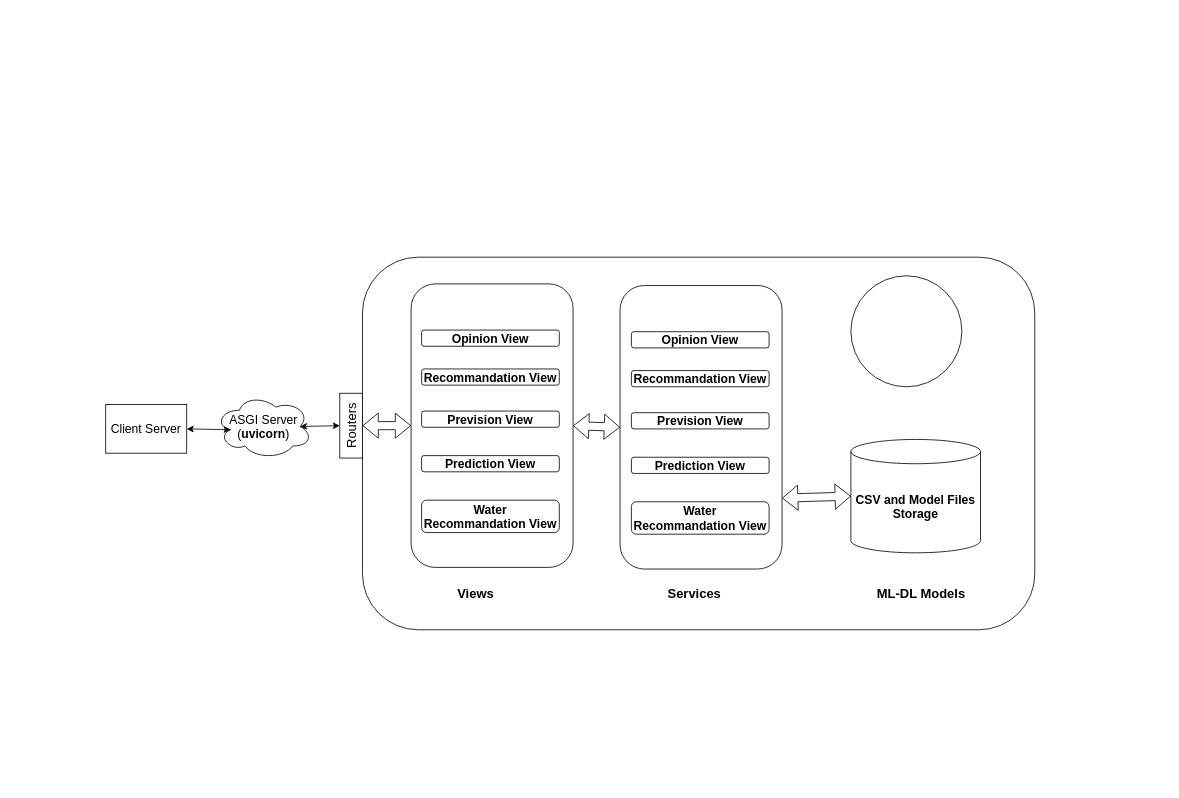
This is Diagramme sans nom.drawio from CabrelFeukeng/pp, a draw.io file, before an edit. Source tidied: cells renumbered, new cells numbered last; positions are measured from the earlier drawing's top-left corner, leaving out a move shared by most shapes. Both pictures are drawn from the tidied source at 81%, with x=0, y=0 at pixel (105, 257).
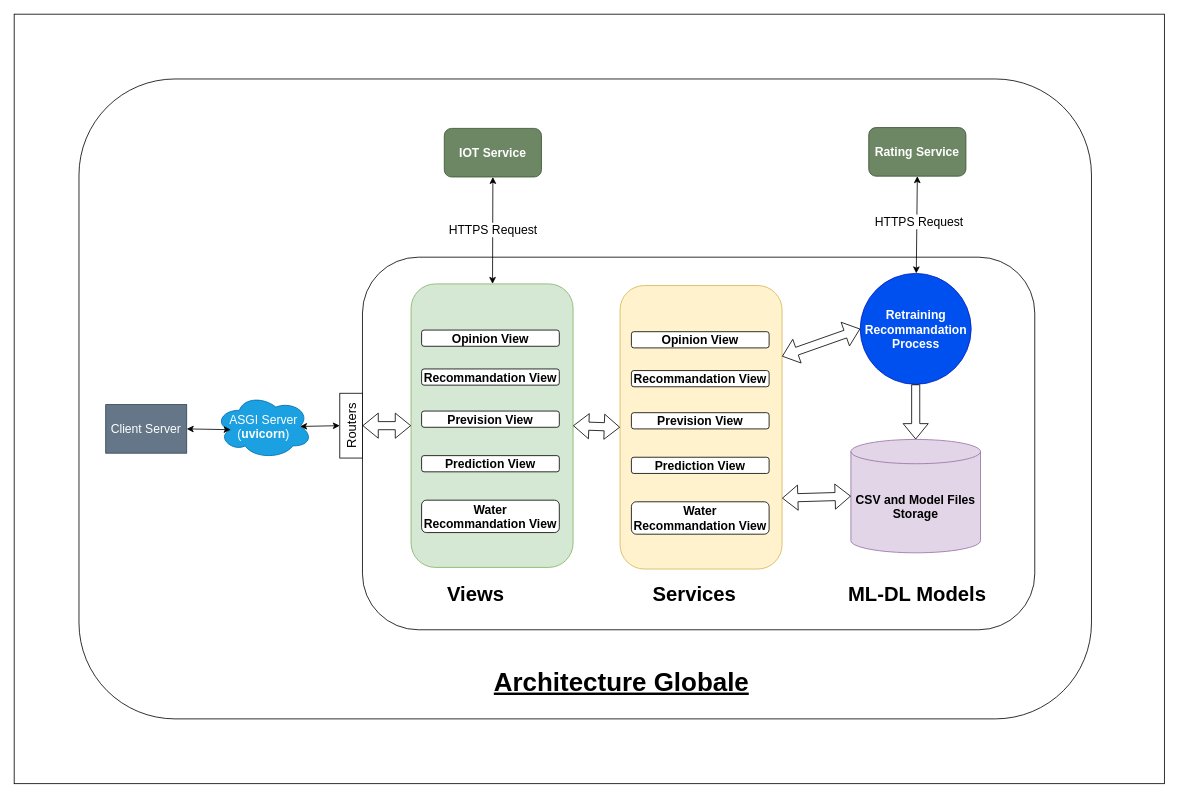
Above is the later version.

Commit message:
Mettre à jour Diagramme sans nom.drawio

The change refers to these unchanged cells:
```xml
<mxCell id="7" value="&lt;font style=&quot;font-size: 16px;&quot;&gt;Routers&lt;/font&gt;" style="rounded=0;whiteSpace=wrap;html=1;rotation=-90;" parent="1" vertex="1">
  <mxGeometry x="263" y="194" width="80" height="28" as="geometry" />
</mxCell>
```

What changed in the source:
```diff
@@
+    <mxCell id="28" style="rounded=0;whiteSpace=wrap;html=1;" parent="1" vertex="1">
+      <mxGeometry x="-113" y="-300" width="1420" height="950" as="geometry" />
+    </mxCell>
+    <mxCell id="29" style="rounded=1;whiteSpace=wrap;html=1;" parent="1" vertex="1">
+      <mxGeometry x="-33" y="-220" width="1250" height="790" as="geometry" />
+    </mxCell>
-    <mxCell id="2" value="&lt;font style=&quot;font-size: 15px;&quot;&gt;Client Server&lt;/font&gt;" style="rounded=0;whiteSpace=wrap;html=1;" parent="1" vertex="1">
+    <mxCell id="2" value="&lt;font style=&quot;font-size: 15px;&quot;&gt;Client Server&lt;/font&gt;" style="rounded=0;whiteSpace=wrap;html=1;fillColor=#647687;fontColor=#ffffff;strokeColor=#314354;" parent="1" vertex="1">
       <mxGeometry y="182" width="100" height="60" as="geometry" />
     </mxCell>
-    <mxCell id="3" value="&lt;font style=&quot;font-size: 15px;&quot;&gt;ASGI Server&lt;/font&gt;&lt;div&gt;&lt;font style=&quot;font-size: 15px;&quot;&gt;(&lt;b&gt;uvicorn&lt;/b&gt;)&lt;/font&gt;&lt;/div&gt;" style="ellipse;shape=cloud;whiteSpace=wrap;html=1;" parent="1" vertex="1">
+    <mxCell id="3" value="&lt;font style=&quot;font-size: 15px;&quot;&gt;ASGI Server&lt;/font&gt;&lt;div&gt;&lt;font style=&quot;font-size: 15px;&quot;&gt;(&lt;b&gt;uvicorn&lt;/b&gt;)&lt;/font&gt;&lt;/div&gt;" style="ellipse;shape=cloud;whiteSpace=wrap;html=1;fillColor=#1ba1e2;fontColor=#ffffff;strokeColor=#006EAF;" parent="1" vertex="1">
       <mxGeometry x="135" y="169" width="120" height="80" as="geometry" />
     </mxCell>
@@
-    <mxCell id="5" style="rounded=1;whiteSpace=wrap;html=1;" parent="1" vertex="1">
-      <mxGeometry x="377" y="33" width="200" height="350" as="geometry" />
-    </mxCell>
+    <mxCell id="30" style="rounded=1;whiteSpace=wrap;html=1;fillColor=#d5e8d4;strokeColor=#82b366;" parent="1" vertex="1">
+      <mxGeometry x="377" y="33" width="200" height="350" as="geometry" />
+    </mxCell>
@@
-    <mxCell id="12" style="rounded=1;whiteSpace=wrap;html=1;" parent="1" vertex="1">
-      <mxGeometry x="635" y="35" width="200" height="350" as="geometry" />
-    </mxCell>
+    <mxCell id="31" style="rounded=1;whiteSpace=wrap;html=1;fillColor=#fff2cc;strokeColor=#d6b656;" parent="1" vertex="1">
+      <mxGeometry x="635" y="35" width="200" height="350" as="geometry" />
+    </mxCell>
@@
-    <mxCell id="18" style="shape=flexArrow;endArrow=classic;startArrow=classic;html=1;rounded=0;entryX=0;entryY=0.5;entryDx=0;entryDy=0;" parent="1" edge="1" source="7" target="5">
-      <mxGeometry relative="1" as="geometry" />
-    </mxCell>
-    <mxCell id="19" style="shape=flexArrow;endArrow=classic;startArrow=classic;html=1;rounded=0;exitX=1;exitY=0.5;exitDx=0;exitDy=0;entryX=0;entryY=0.5;entryDx=0;entryDy=0;" parent="1" edge="1" source="5" target="12">
-      <mxGeometry relative="1" as="geometry" />
-    </mxCell>
+    <mxCell id="32" style="shape=flexArrow;endArrow=classic;startArrow=classic;html=1;rounded=0;entryX=0;entryY=0.5;entryDx=0;entryDy=0;" parent="1" edge="1" source="7" target="30">
+      <mxGeometry relative="1" as="geometry" />
+    </mxCell>
+    <mxCell id="33" style="shape=flexArrow;endArrow=classic;startArrow=classic;html=1;rounded=0;exitX=1;exitY=0.5;exitDx=0;exitDy=0;entryX=0;entryY=0.5;entryDx=0;entryDy=0;" parent="1" edge="1" source="30" target="31">
+      <mxGeometry relative="1" as="geometry" />
+    </mxCell>
@@
-    <mxCell id="22" value="&lt;b&gt;&lt;font style=&quot;font-size: 15px;&quot;&gt;CSV and Model Files Storage&lt;/font&gt;&lt;/b&gt;" style="shape=cylinder3;whiteSpace=wrap;html=1;boundedLbl=1;backgroundOutline=1;size=15;" parent="1" vertex="1">
+    <mxCell id="22" value="&lt;b&gt;&lt;font style=&quot;font-size: 15px;&quot;&gt;CSV and Model Files Storage&lt;/font&gt;&lt;/b&gt;" style="shape=cylinder3;whiteSpace=wrap;html=1;boundedLbl=1;backgroundOutline=1;size=15;fillColor=#e1d5e7;strokeColor=#9673a6;" parent="1" vertex="1">
       <mxGeometry x="920" y="225" width="160" height="140" as="geometry" />
     </mxCell>
-    <mxCell id="23" value="&lt;b&gt;&lt;font style=&quot;font-size: 16px;&quot;&gt;Views&lt;/font&gt;&lt;/b&gt;" style="text;html=1;align=center;verticalAlign=middle;whiteSpace=wrap;rounded=0;" parent="1" vertex="1">
+    <mxCell id="23" value="&lt;b&gt;&lt;font style=&quot;font-size: 25px;&quot;&gt;Views&lt;/font&gt;&lt;/b&gt;" style="text;html=1;align=center;verticalAlign=middle;whiteSpace=wrap;rounded=0;" parent="1" vertex="1">
       <mxGeometry x="427" y="400" width="60" height="30" as="geometry" />
     </mxCell>
-    <mxCell id="24" value="&lt;span style=&quot;font-size: 16px;&quot;&gt;&lt;b&gt;Services&lt;/b&gt;&lt;/span&gt;" style="text;html=1;align=center;verticalAlign=middle;whiteSpace=wrap;rounded=0;" parent="1" vertex="1">
+    <mxCell id="24" value="&lt;b style=&quot;&quot;&gt;&lt;font style=&quot;font-size: 25px;&quot;&gt;Services&lt;/font&gt;&lt;/b&gt;" style="text;html=1;align=center;verticalAlign=middle;whiteSpace=wrap;rounded=0;" parent="1" vertex="1">
       <mxGeometry x="697" y="400" width="60" height="30" as="geometry" />
     </mxCell>
-    <mxCell id="25" value="&lt;span style=&quot;font-size: 16px;&quot;&gt;&lt;b&gt;ML-DL Models&lt;/b&gt;&lt;/span&gt;" style="text;html=1;align=center;verticalAlign=middle;whiteSpace=wrap;rounded=0;" parent="1" vertex="1">
-      <mxGeometry x="937" y="400" width="140" height="30" as="geometry" />
+    <mxCell id="25" value="&lt;b style=&quot;&quot;&gt;&lt;font style=&quot;font-size: 25px;&quot;&gt;ML-DL Models&lt;/font&gt;&lt;/b&gt;" style="text;html=1;align=center;verticalAlign=middle;whiteSpace=wrap;rounded=0;" parent="1" vertex="1">
+      <mxGeometry x="907" y="400" width="190" height="30" as="geometry" />
     </mxCell>
-    <mxCell id="26" style="shape=flexArrow;endArrow=classic;startArrow=classic;html=1;rounded=0;exitX=0;exitY=0.5;exitDx=0;exitDy=0;exitPerimeter=0;entryX=1;entryY=0.75;entryDx=0;entryDy=0;" parent="1" edge="1" source="22" target="12">
-      <mxGeometry relative="1" as="geometry" />
-    </mxCell>
-    <mxCell id="27" style="ellipse;whiteSpace=wrap;html=1;" parent="1" vertex="1">
-      <mxGeometry x="920" y="23" width="137" height="137" as="geometry" />
-    </mxCell>
+    <mxCell id="34" style="shape=flexArrow;endArrow=classic;startArrow=classic;html=1;rounded=0;exitX=0;exitY=0.5;exitDx=0;exitDy=0;exitPerimeter=0;entryX=1;entryY=0.75;entryDx=0;entryDy=0;" parent="1" edge="1" source="22" target="31">
+      <mxGeometry relative="1" as="geometry" />
+    </mxCell>
+    <mxCell id="35" value="&lt;b&gt;&lt;font style=&quot;font-size: 15px;&quot;&gt;Retraining Recommandation Process&lt;/font&gt;&lt;/b&gt;" style="ellipse;whiteSpace=wrap;html=1;fillColor=#0050ef;fontColor=#ffffff;strokeColor=#001DBC;" parent="1" vertex="1">
+      <mxGeometry x="931.5" y="20" width="137" height="137" as="geometry" />
+    </mxCell>
+    <mxCell id="36" style="shape=flexArrow;endArrow=classic;html=1;rounded=0;entryX=0.5;entryY=0;entryDx=0;entryDy=0;entryPerimeter=0;exitX=0.5;exitY=1;exitDx=0;exitDy=0;" parent="1" edge="1" source="35" target="22">
+      <mxGeometry relative="1" as="geometry" />
+    </mxCell>
+    <mxCell id="37" style="shape=flexArrow;endArrow=classic;startArrow=classic;html=1;rounded=0;entryX=0;entryY=0.5;entryDx=0;entryDy=0;exitX=1;exitY=0.25;exitDx=0;exitDy=0;" parent="1" edge="1" source="31" target="35">
+      <mxGeometry relative="1" as="geometry" />
+    </mxCell>
+    <mxCell id="38" value="&lt;font style=&quot;font-size: 15px;&quot;&gt;&lt;b&gt;Rating Service&lt;/b&gt;&lt;/font&gt;" style="rounded=1;whiteSpace=wrap;html=1;fillColor=#6d8764;fontColor=#ffffff;strokeColor=#3A5431;" parent="1" vertex="1">
+      <mxGeometry x="942" y="-160" width="120" height="60" as="geometry" />
+    </mxCell>
+    <mxCell id="39" style="endArrow=classic;startArrow=classic;html=1;rounded=0;entryX=0.5;entryY=1;entryDx=0;entryDy=0;" parent="1" edge="1" source="35" target="38">
+      <mxGeometry relative="1" as="geometry" />
+    </mxCell>
+    <mxCell id="40" value="&lt;font style=&quot;font-size: 15px;&quot;&gt;HTTPS Request&lt;/font&gt;" style="edgeLabel;html=1;align=center;verticalAlign=middle;" parent="39" vertex="1">
+      <mxGeometry x="0.08" y="-2" relative="1" as="geometry" />
+    </mxCell>
+    <mxCell id="41" value="&lt;span style=&quot;font-size: 15px;&quot;&gt;&lt;b&gt;IOT Service&lt;/b&gt;&lt;/span&gt;" style="rounded=1;whiteSpace=wrap;html=1;fillColor=#6d8764;fontColor=#ffffff;strokeColor=#3A5431;" parent="1" vertex="1">
+      <mxGeometry x="418" y="-159" width="120" height="60" as="geometry" />
+    </mxCell>
+    <mxCell id="42" style="endArrow=classic;startArrow=classic;html=1;rounded=0;entryX=0.5;entryY=1;entryDx=0;entryDy=0;" parent="1" edge="1" source="30" target="41">
+      <mxGeometry relative="1" as="geometry" />
+    </mxCell>
+    <mxCell id="43" value="&lt;font style=&quot;font-size: 15px;&quot;&gt;HTTPS Request&lt;/font&gt;" style="edgeLabel;html=1;align=center;verticalAlign=middle;" parent="42" vertex="1">
+      <mxGeometry x="0.03" relative="1" as="geometry" />
+    </mxCell>
+    <mxCell id="44" value="&lt;b&gt;&lt;font style=&quot;line-height: 140%; font-size: 32px;&quot;&gt;&lt;u style=&quot;&quot;&gt;Architecture Globale&lt;/u&gt;&lt;/font&gt;&lt;/b&gt;" style="text;html=1;align=center;verticalAlign=middle;whiteSpace=wrap;rounded=0;" parent="1" vertex="1">
+      <mxGeometry x="376" y="510" width="522" height="30" as="geometry" />
+    </mxCell>
```
